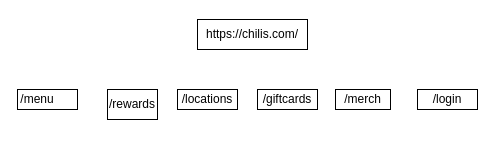
Earlier version of the draw.io diagram Chilisitemap.drawio (Pao099/AWS). Source tidied: cells renumbered, new cells numbered last; positions are measured from the earlier drawing's top-left corner, leaving out a move shared by most shapes. Both pictures are drawn from the tidied source at 100%, with x=0, y=0 at pixel (17, 19).
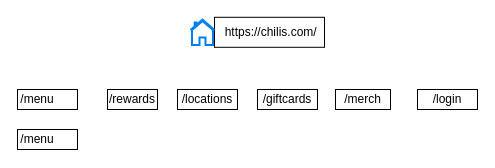
After the change.

What changed in the source:
```diff
@@
 <mxGraphModel>
   <root>
     <mxCell id="0" />
     <mxCell id="1" parent="0" />
-    <mxCell id="2" value="https://chilis.com/" style="rounded=0;whiteSpace=wrap;html=1;" parent="1" vertex="1">
-      <mxGeometry x="180" width="110" height="30" as="geometry" />
+    <mxCell id="2" value="&amp;nbsp;https://chilis.com/" style="rounded=0;whiteSpace=wrap;html=1;" parent="1" vertex="1">
+      <mxGeometry x="197" y="-2.2" width="110" height="30" as="geometry" />
     </mxCell>
     <mxCell id="3" value="/login" style="rounded=0;whiteSpace=wrap;html=1;" parent="1" vertex="1">
       <mxGeometry x="400" y="70" width="60" height="20" as="geometry" />
     </mxCell>
     <mxCell id="4" value="/merch" style="rounded=0;whiteSpace=wrap;html=1;" parent="1" vertex="1">
       <mxGeometry x="318" y="70" width="55" height="20" as="geometry" />
     </mxCell>
     <mxCell id="5" value="/giftcards" style="rounded=0;whiteSpace=wrap;html=1;" parent="1" vertex="1">
       <mxGeometry x="240" y="70" width="60" height="20" as="geometry" />
     </mxCell>
     <mxCell id="6" value="/locations" style="rounded=0;whiteSpace=wrap;html=1;" parent="1" vertex="1">
       <mxGeometry x="160" y="70" width="60" height="20" as="geometry" />
     </mxCell>
     <mxCell id="7" value="/rewards" style="rounded=0;whiteSpace=wrap;html=1;" parent="1" vertex="1">
-      <mxGeometry x="90" y="70" width="50" height="30" as="geometry" />
+      <mxGeometry x="90" y="70" width="50" height="20" as="geometry" />
     </mxCell>
     <mxCell id="8" value="/menu&lt;span style=&quot;white-space: pre;&quot;&gt;&#9;&lt;/span&gt;" style="rounded=0;whiteSpace=wrap;html=1;" parent="1" vertex="1">
       <mxGeometry y="70" width="60" height="20" as="geometry" />
     </mxCell>
+    <mxCell id="9" value="/menu&lt;span style=&quot;white-space: pre;&quot;&gt;&#9;&lt;/span&gt;" style="rounded=0;whiteSpace=wrap;html=1;" parent="1" vertex="1">
+      <mxGeometry y="110" width="60" height="20" as="geometry" />
+    </mxCell>
+    <mxCell id="10" style="html=1;verticalLabelPosition=bottom;align=center;labelBackgroundColor=#ffffff;verticalAlign=top;strokeWidth=2;strokeColor=#0080F0;shadow=0;dashed=0;shape=mxgraph.ios7.icons.home;" parent="1" vertex="1">
+      <mxGeometry x="173" width="24" height="25.5" as="geometry" />
+    </mxCell>
   </root>
 </mxGraphModel>
```
